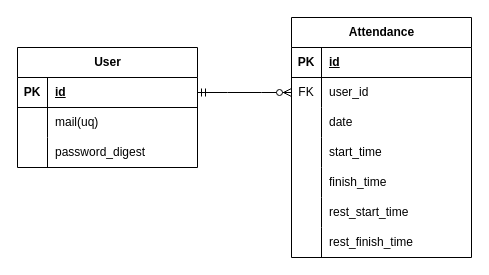
Above: Rails研修課題_ER図.drawio in tomohiko-harada/training-rails-attendance-system (draw.io), before the change. Source tidied: cells renumbered, new cells numbered last; positions are measured from the earlier drawing's top-left corner, leaving out a move shared by most shapes. Both pictures are drawn from the tidied source at 100%, with x=0, y=0 at pixel (17, 17).
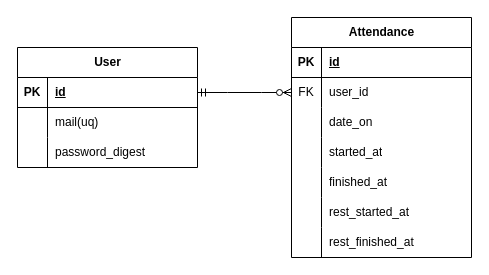
The same page after the edit.

Commit message (it also covers changes not shown here):
設計資料の更新

Unchanged cells that the change refers to:
```xml
<mxCell id="19" style="shape=tableRow;horizontal=0;startSize=0;swimlaneHead=0;swimlaneBody=0;fillColor=none;top=0;left=0;right=0;bottom=0;" parent="12" vertex="1">
  <mxGeometry y="90" width="180" height="30" as="geometry" />
</mxCell>
<mxCell id="22" style="shape=tableRow;horizontal=0;startSize=0;swimlaneHead=0;swimlaneBody=0;fillColor=none;top=0;left=0;right=0;bottom=0;" parent="12" vertex="1">
  <mxGeometry y="120" width="180" height="30" as="geometry" />
</mxCell>
<mxCell id="25" style="shape=tableRow;horizontal=0;startSize=0;swimlaneHead=0;swimlaneBody=0;fillColor=none;top=0;left=0;right=0;bottom=0;" parent="12" vertex="1">
  <mxGeometry y="150" width="180" height="30" as="geometry" />
</mxCell>
<mxCell id="28" style="shape=tableRow;horizontal=0;startSize=0;swimlaneHead=0;swimlaneBody=0;fillColor=none;top=0;left=0;right=0;bottom=0;" parent="12" vertex="1">
  <mxGeometry y="180" width="180" height="30" as="geometry" />
</mxCell>
<mxCell id="31" style="shape=tableRow;horizontal=0;startSize=0;swimlaneHead=0;swimlaneBody=0;fillColor=none;top=0;left=0;right=0;bottom=0;" parent="12" vertex="1">
  <mxGeometry y="210" width="180" height="30" as="geometry" />
</mxCell>
```

The edit, as a diff of the source:
```diff
@@
-    <mxCell id="21" value="date" style="shape=partialRectangle;fillColor=none;top=0;left=0;bottom=0;right=0;align=left;spacingLeft=6;overflow=hidden;whiteSpace=wrap;html=1;" parent="19" vertex="1">
+    <mxCell id="21" value="date_on" style="shape=partialRectangle;fillColor=none;top=0;left=0;bottom=0;right=0;align=left;spacingLeft=6;overflow=hidden;whiteSpace=wrap;html=1;" parent="19" vertex="1">
       <mxGeometry x="30" width="150" height="30" as="geometry" />
     </mxCell>
@@
-    <mxCell id="24" value="start_time" style="shape=partialRectangle;fillColor=none;top=0;left=0;bottom=0;right=0;align=left;spacingLeft=6;overflow=hidden;whiteSpace=wrap;html=1;" parent="22" vertex="1">
+    <mxCell id="24" value="started_at" style="shape=partialRectangle;fillColor=none;top=0;left=0;bottom=0;right=0;align=left;spacingLeft=6;overflow=hidden;whiteSpace=wrap;html=1;" parent="22" vertex="1">
       <mxGeometry x="30" width="150" height="30" as="geometry" />
     </mxCell>
@@
-    <mxCell id="27" value="finish_time" style="shape=partialRectangle;fillColor=none;top=0;left=0;bottom=0;right=0;align=left;spacingLeft=6;overflow=hidden;whiteSpace=wrap;html=1;" parent="25" vertex="1">
+    <mxCell id="27" value="finished_at" style="shape=partialRectangle;fillColor=none;top=0;left=0;bottom=0;right=0;align=left;spacingLeft=6;overflow=hidden;whiteSpace=wrap;html=1;" parent="25" vertex="1">
       <mxGeometry x="30" width="150" height="30" as="geometry" />
     </mxCell>
@@
-    <mxCell id="30" value="rest_start_time" style="shape=partialRectangle;fillColor=none;top=0;left=0;bottom=0;right=0;align=left;spacingLeft=6;overflow=hidden;whiteSpace=wrap;html=1;" parent="28" vertex="1">
+    <mxCell id="30" value="rest_started_at" style="shape=partialRectangle;fillColor=none;top=0;left=0;bottom=0;right=0;align=left;spacingLeft=6;overflow=hidden;whiteSpace=wrap;html=1;" parent="28" vertex="1">
       <mxGeometry x="30" width="150" height="30" as="geometry" />
     </mxCell>
@@
-    <mxCell id="33" value="rest_finish_time" style="shape=partialRectangle;fillColor=none;top=0;left=0;bottom=0;right=0;align=left;spacingLeft=6;overflow=hidden;whiteSpace=wrap;html=1;" parent="31" vertex="1">
+    <mxCell id="33" value="rest_finished_at" style="shape=partialRectangle;fillColor=none;top=0;left=0;bottom=0;right=0;align=left;spacingLeft=6;overflow=hidden;whiteSpace=wrap;html=1;" parent="31" vertex="1">
       <mxGeometry x="30" width="150" height="30" as="geometry" />
     </mxCell>
```
